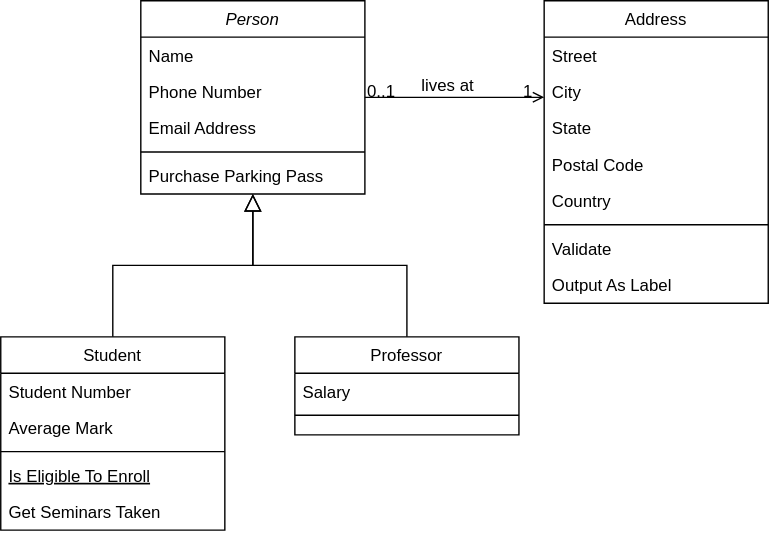
juanyacovino77/Factoria keeps this draw.io diagram as Untitled Diagram.drawio.svg. Above is the earlier version. Source tidied: cells renumbered, new cells last; positions are measured from the earlier drawing's top-left corner, leaving out a move shared by most shapes. Its diagram source:
```xml
<mxGraphModel>
  <root>
    <mxCell id="0" />
    <mxCell id="1" parent="0" />
    <mxCell id="2" value="Person" style="swimlane;fontStyle=2;align=center;verticalAlign=top;horizontal=1;startSize=26;rounded=0;shadow=0;strokeWidth=1;" parent="1" vertex="1">
      <mxGeometry x="100" width="160" height="138" as="geometry" />
    </mxCell>
    <mxCell id="3" value="Name" style="text;align=left;verticalAlign=top;spacingLeft=4;spacingRight=4;overflow=hidden;" parent="2" vertex="1">
      <mxGeometry y="26" width="160" height="26" as="geometry" />
    </mxCell>
    <mxCell id="4" value="Phone Number" style="text;align=left;verticalAlign=top;spacingLeft=4;spacingRight=4;overflow=hidden;rounded=0;shadow=0;html=0;" parent="2" vertex="1">
      <mxGeometry y="52" width="160" height="26" as="geometry" />
    </mxCell>
    <mxCell id="5" value="Email Address" style="text;align=left;verticalAlign=top;spacingLeft=4;spacingRight=4;overflow=hidden;rounded=0;shadow=0;html=0;" parent="2" vertex="1">
      <mxGeometry y="78" width="160" height="26" as="geometry" />
    </mxCell>
    <mxCell id="6" style="line;html=1;strokeWidth=1;align=left;verticalAlign=middle;spacingTop=-1;spacingLeft=3;spacingRight=3;labelPosition=right;" parent="2" vertex="1">
      <mxGeometry y="104" width="160" height="8" as="geometry" />
    </mxCell>
    <mxCell id="7" value="Purchase Parking Pass" style="text;align=left;verticalAlign=top;spacingLeft=4;spacingRight=4;overflow=hidden;" parent="2" vertex="1">
      <mxGeometry y="112" width="160" height="26" as="geometry" />
    </mxCell>
    <mxCell id="8" value="Student" style="swimlane;fontStyle=0;align=center;verticalAlign=top;horizontal=1;startSize=26;rounded=0;shadow=0;strokeWidth=1;" parent="1" vertex="1">
      <mxGeometry y="240" width="160" height="138" as="geometry" />
    </mxCell>
    <mxCell id="9" value="Student Number" style="text;align=left;verticalAlign=top;spacingLeft=4;spacingRight=4;overflow=hidden;" parent="8" vertex="1">
      <mxGeometry y="26" width="160" height="26" as="geometry" />
    </mxCell>
    <mxCell id="10" value="Average Mark" style="text;align=left;verticalAlign=top;spacingLeft=4;spacingRight=4;overflow=hidden;rounded=0;shadow=0;html=0;" parent="8" vertex="1">
      <mxGeometry y="52" width="160" height="26" as="geometry" />
    </mxCell>
    <mxCell id="11" style="line;html=1;strokeWidth=1;align=left;verticalAlign=middle;spacingTop=-1;spacingLeft=3;spacingRight=3;labelPosition=right;" parent="8" vertex="1">
      <mxGeometry y="78" width="160" height="8" as="geometry" />
    </mxCell>
    <mxCell id="12" value="Is Eligible To Enroll" style="text;align=left;verticalAlign=top;spacingLeft=4;spacingRight=4;overflow=hidden;fontStyle=4;" parent="8" vertex="1">
      <mxGeometry y="86" width="160" height="26" as="geometry" />
    </mxCell>
    <mxCell id="13" value="Get Seminars Taken" style="text;align=left;verticalAlign=top;spacingLeft=4;spacingRight=4;overflow=hidden;" parent="8" vertex="1">
      <mxGeometry y="112" width="160" height="26" as="geometry" />
    </mxCell>
    <mxCell id="14" style="endArrow=block;endSize=10;endFill=0;shadow=0;strokeWidth=1;rounded=0;edgeStyle=elbowEdgeStyle;elbow=vertical;" parent="1" edge="1" source="8" target="2">
      <mxGeometry relative="1" as="geometry" />
    </mxCell>
    <mxCell id="15" value="Professor" style="swimlane;fontStyle=0;align=center;verticalAlign=top;horizontal=1;startSize=26;rounded=0;shadow=0;strokeWidth=1;" parent="1" vertex="1">
      <mxGeometry x="210" y="240" width="160" height="70" as="geometry" />
    </mxCell>
    <mxCell id="16" value="Salary" style="text;align=left;verticalAlign=top;spacingLeft=4;spacingRight=4;overflow=hidden;" parent="15" vertex="1">
      <mxGeometry y="26" width="160" height="26" as="geometry" />
    </mxCell>
    <mxCell id="17" style="line;html=1;strokeWidth=1;align=left;verticalAlign=middle;spacingTop=-1;spacingLeft=3;spacingRight=3;labelPosition=right;" parent="15" vertex="1">
      <mxGeometry y="52" width="160" height="8" as="geometry" />
    </mxCell>
    <mxCell id="18" style="endArrow=block;endSize=10;endFill=0;shadow=0;strokeWidth=1;rounded=0;edgeStyle=elbowEdgeStyle;elbow=vertical;" parent="1" edge="1" source="15" target="2">
      <mxGeometry relative="1" as="geometry" />
    </mxCell>
    <mxCell id="19" value="Address" style="swimlane;fontStyle=0;align=center;verticalAlign=top;horizontal=1;startSize=26;rounded=0;shadow=0;strokeWidth=1;" parent="1" vertex="1">
      <mxGeometry x="388" width="160" height="216" as="geometry" />
    </mxCell>
    <mxCell id="20" value="Street" style="text;align=left;verticalAlign=top;spacingLeft=4;spacingRight=4;overflow=hidden;" parent="19" vertex="1">
      <mxGeometry y="26" width="160" height="26" as="geometry" />
    </mxCell>
    <mxCell id="21" value="City" style="text;align=left;verticalAlign=top;spacingLeft=4;spacingRight=4;overflow=hidden;rounded=0;shadow=0;html=0;" parent="19" vertex="1">
      <mxGeometry y="52" width="160" height="26" as="geometry" />
    </mxCell>
    <mxCell id="22" value="State" style="text;align=left;verticalAlign=top;spacingLeft=4;spacingRight=4;overflow=hidden;rounded=0;shadow=0;html=0;" parent="19" vertex="1">
      <mxGeometry y="78" width="160" height="26" as="geometry" />
    </mxCell>
    <mxCell id="23" value="Postal Code" style="text;align=left;verticalAlign=top;spacingLeft=4;spacingRight=4;overflow=hidden;rounded=0;shadow=0;html=0;" parent="19" vertex="1">
      <mxGeometry y="104" width="160" height="26" as="geometry" />
    </mxCell>
    <mxCell id="24" value="Country" style="text;align=left;verticalAlign=top;spacingLeft=4;spacingRight=4;overflow=hidden;rounded=0;shadow=0;html=0;" parent="19" vertex="1">
      <mxGeometry y="130" width="160" height="26" as="geometry" />
    </mxCell>
    <mxCell id="25" style="line;html=1;strokeWidth=1;align=left;verticalAlign=middle;spacingTop=-1;spacingLeft=3;spacingRight=3;labelPosition=right;" parent="19" vertex="1">
      <mxGeometry y="156" width="160" height="8" as="geometry" />
    </mxCell>
    <mxCell id="26" value="Validate" style="text;align=left;verticalAlign=top;spacingLeft=4;spacingRight=4;overflow=hidden;" parent="19" vertex="1">
      <mxGeometry y="164" width="160" height="26" as="geometry" />
    </mxCell>
    <mxCell id="27" value="Output As Label" style="text;align=left;verticalAlign=top;spacingLeft=4;spacingRight=4;overflow=hidden;" parent="19" vertex="1">
      <mxGeometry y="190" width="160" height="26" as="geometry" />
    </mxCell>
    <mxCell id="28" style="endArrow=open;shadow=0;strokeWidth=1;rounded=0;endFill=1;edgeStyle=elbowEdgeStyle;elbow=vertical;" parent="1" edge="1" source="2" target="19">
      <mxGeometry x="0.5" y="41" relative="1" as="geometry">
        <mxPoint x="-40" y="32" as="offset" />
      </mxGeometry>
    </mxCell>
    <mxCell id="29" value="0..1" style="align=left;verticalAlign=bottom;labelBackgroundColor=none;fontSize=12;" parent="28" vertex="1">
      <mxGeometry x="-1" relative="1" as="geometry">
        <mxPoint y="4" as="offset" />
      </mxGeometry>
    </mxCell>
    <mxCell id="30" value="1" style="align=right;verticalAlign=bottom;labelBackgroundColor=none;fontSize=12;" parent="28" vertex="1">
      <mxGeometry x="1" relative="1" as="geometry">
        <mxPoint x="-7" y="4" as="offset" />
      </mxGeometry>
    </mxCell>
    <mxCell id="31" value="lives at" style="text;html=1;align=center;verticalAlign=middle;labelBackgroundColor=none;rounded=0;shadow=0;strokeWidth=1;fontSize=12;" parent="28" vertex="1">
      <mxGeometry x="0.5" y="49" relative="1" as="geometry">
        <mxPoint x="-38" y="40" as="offset" />
      </mxGeometry>
    </mxCell>
  </root>
</mxGraphModel>
```
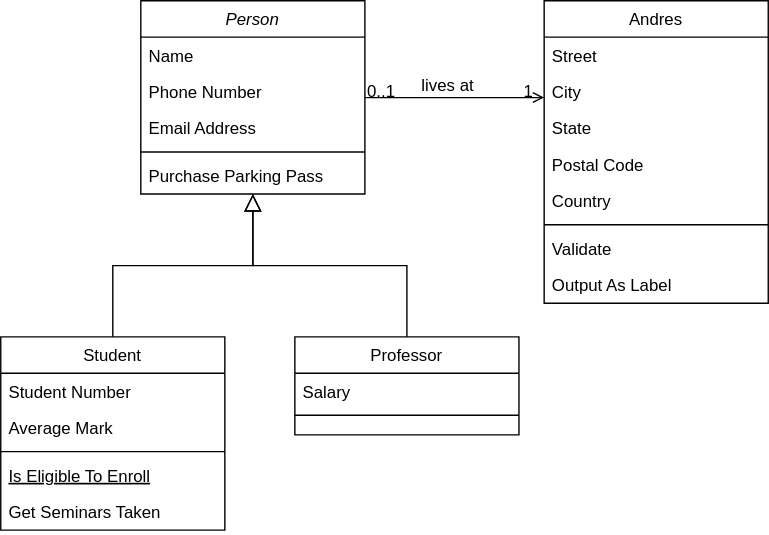
After the change.

The edit, as a diff of the source:
```diff
@@ -53,7 +53,7 @@
     <mxCell id="18" style="endArrow=block;endSize=10;endFill=0;shadow=0;strokeWidth=1;rounded=0;edgeStyle=elbowEdgeStyle;elbow=vertical;" parent="1" edge="1" source="15" target="2">
       <mxGeometry relative="1" as="geometry" />
     </mxCell>
-    <mxCell id="19" value="Address" style="swimlane;fontStyle=0;align=center;verticalAlign=top;horizontal=1;startSize=26;rounded=0;shadow=0;strokeWidth=1;" parent="1" vertex="1">
+    <mxCell id="19" value="Andres" style="swimlane;fontStyle=0;align=center;verticalAlign=top;horizontal=1;startSize=26;rounded=0;shadow=0;strokeWidth=1;" parent="1" vertex="1">
       <mxGeometry x="388" width="160" height="216" as="geometry" />
     </mxCell>
     <mxCell id="20" value="Street" style="text;align=left;verticalAlign=top;spacingLeft=4;spacingRight=4;overflow=hidden;" parent="19" vertex="1">
```
